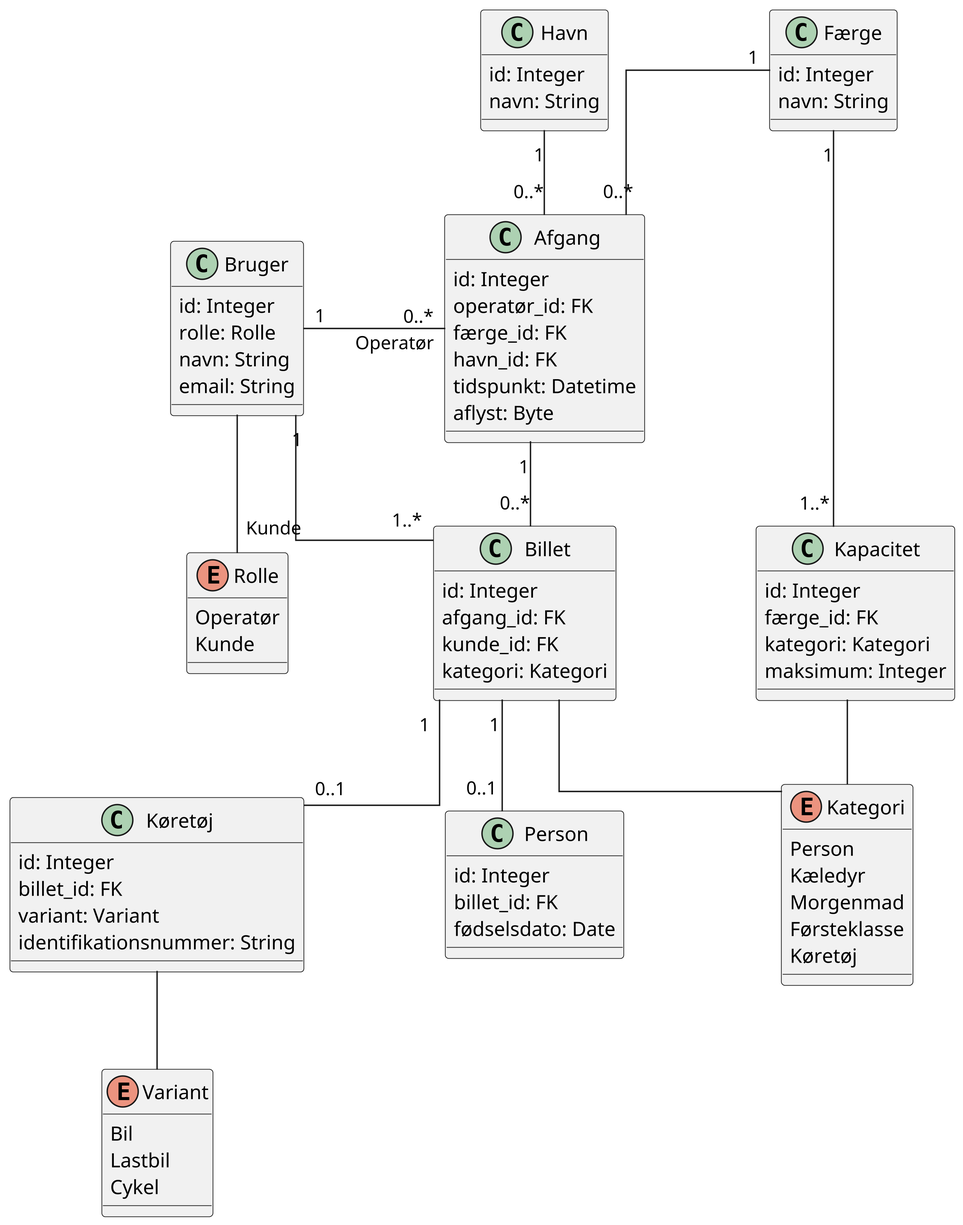
This is asset/data_model.png from marc8193/H6PD080126, a PlantUML export, as it was before one commit.
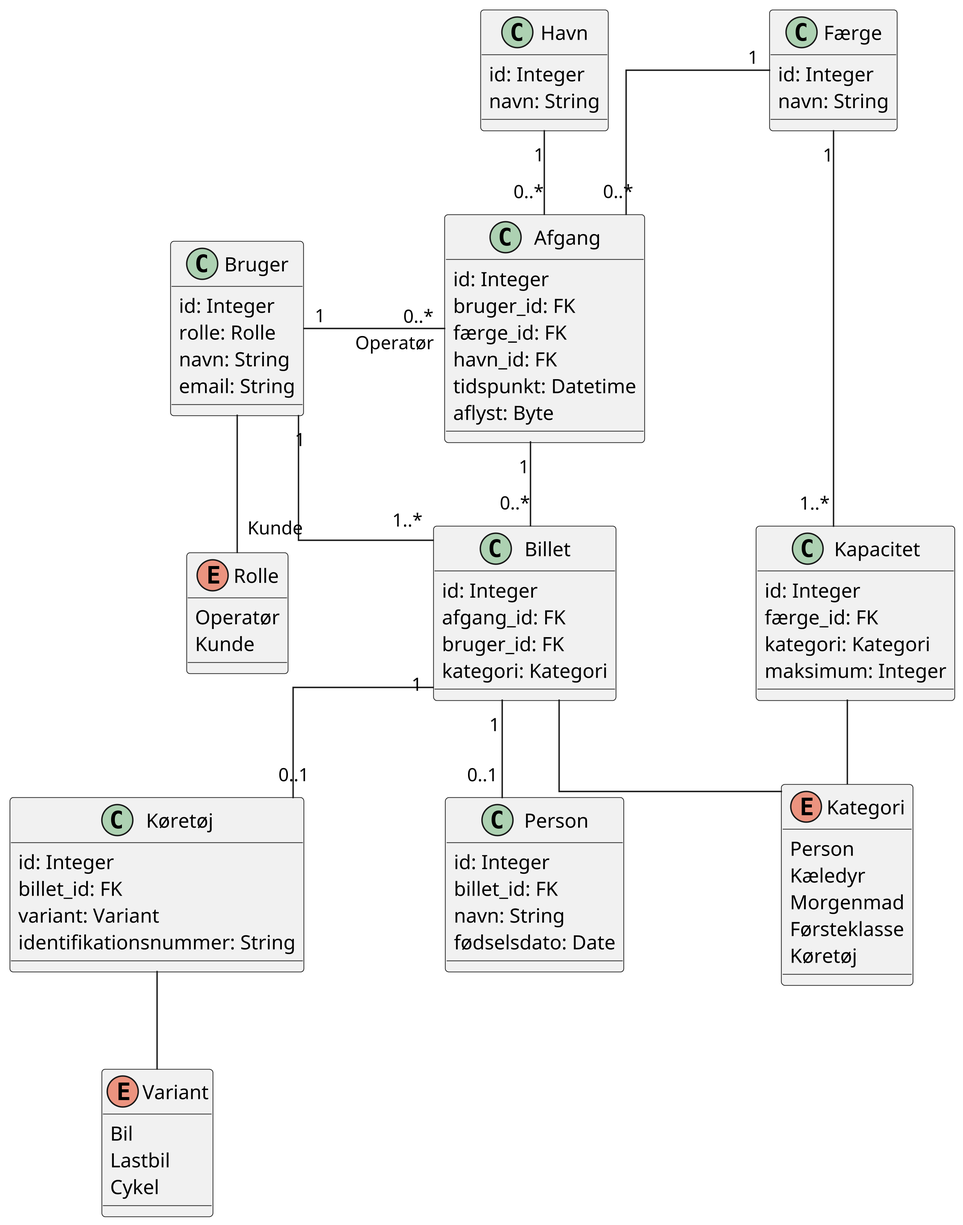
Later version of the same file.

The edit, as a diff of the source:
```diff
@@ -49,7 +49,7 @@
 class Afgang
 {
   id: Integer
-  operatør_id: FK
+  bruger_id: FK
   færge_id: FK
   havn_id: FK
   tidspunkt: Datetime
@@ -60,7 +60,7 @@
 {
   id: Integer
   afgang_id: FK
-  kunde_id: FK
+  bruger_id: FK
   kategori: Kategori
 }
 
@@ -83,6 +83,7 @@
 {
   id: Integer
   billet_id: FK
+  navn: String
   fødselsdato: Date
 }
 
```
